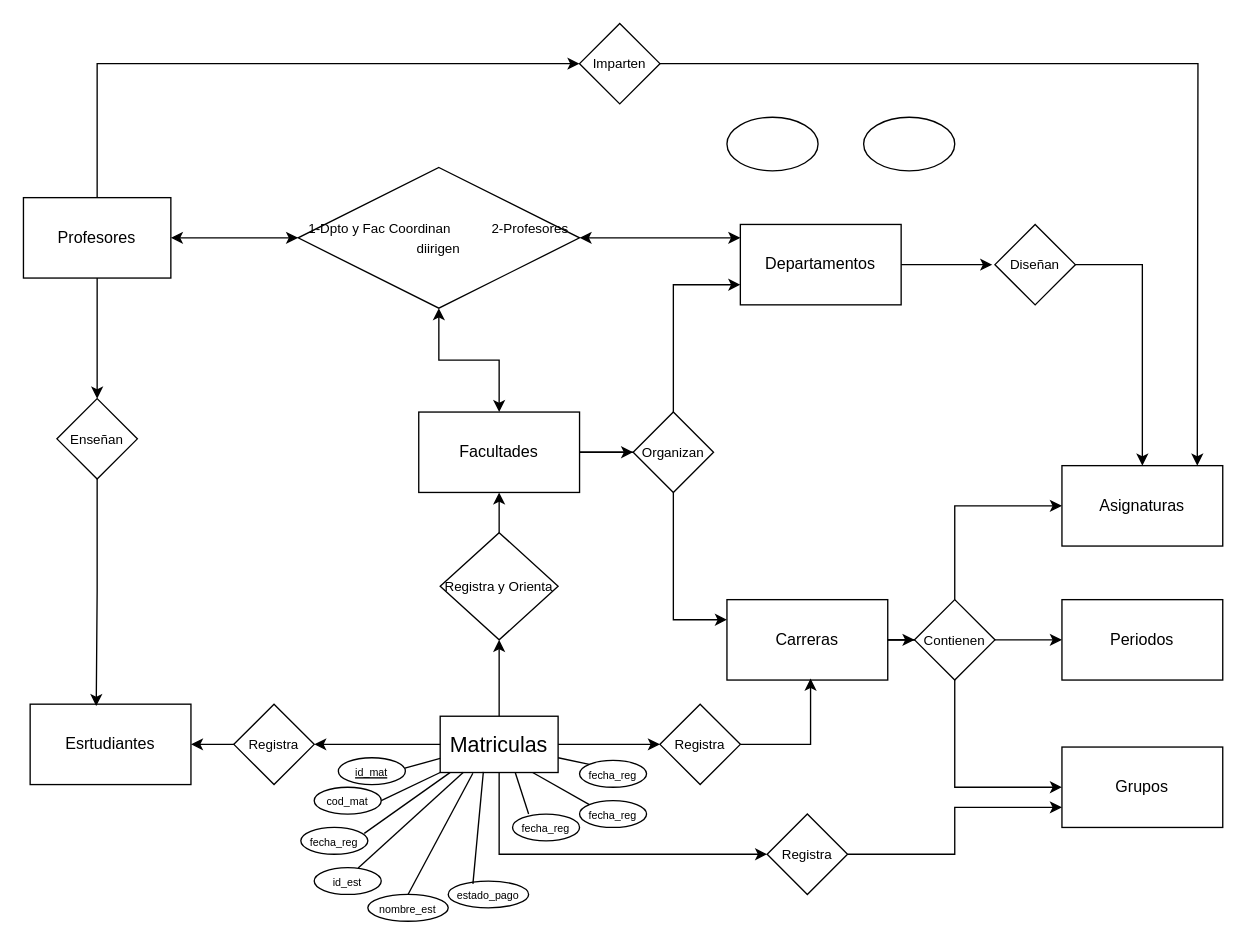
Before: ProyectoFinalBD.drawio in ErnestDG/Ciencia-de-datos-, a draw.io diagram. Source tidied: cells renumbered, new cells numbered last; positions are measured from the earlier drawing's top-left corner, leaving out a move shared by most shapes. Both pictures are drawn from the tidied source at 134%, with x=0, y=0 at pixel (23, 23).
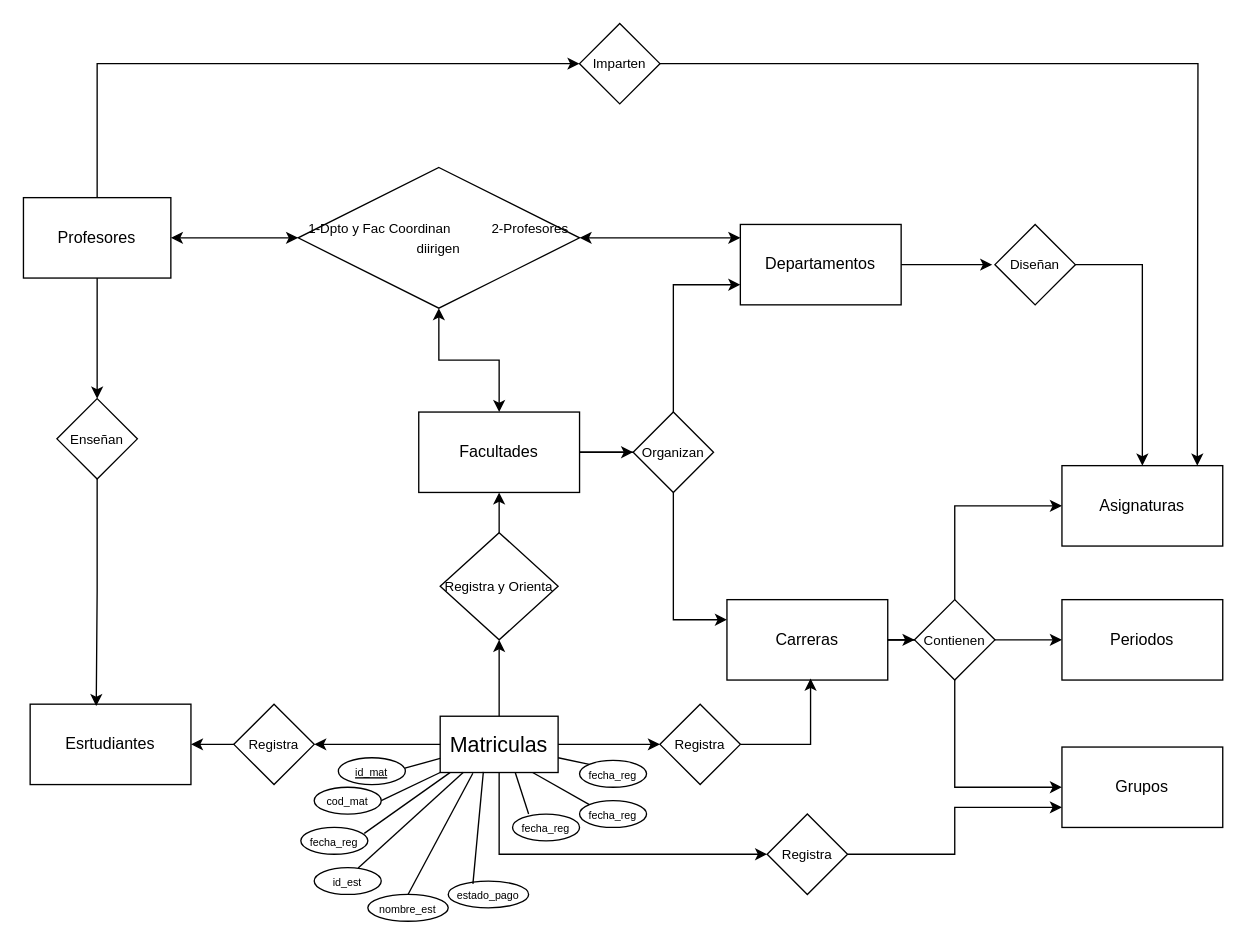
The same diagram, later.

Change to the diagram source:
```diff
@@
-    <mxCell id="39" style="ellipse;whiteSpace=wrap;html=1;shapeInside=1;rounded=0;" parent="1" vertex="1">
-      <mxGeometry x="627" y="70" width="68" height="40" as="geometry" />
-    </mxCell>
-    <mxCell id="40" style="ellipse;whiteSpace=wrap;html=1;shapeInside=1;rounded=0;" parent="1" vertex="1">
-      <mxGeometry x="525" y="70" width="68" height="40" as="geometry" />
-    </mxCell>
```
